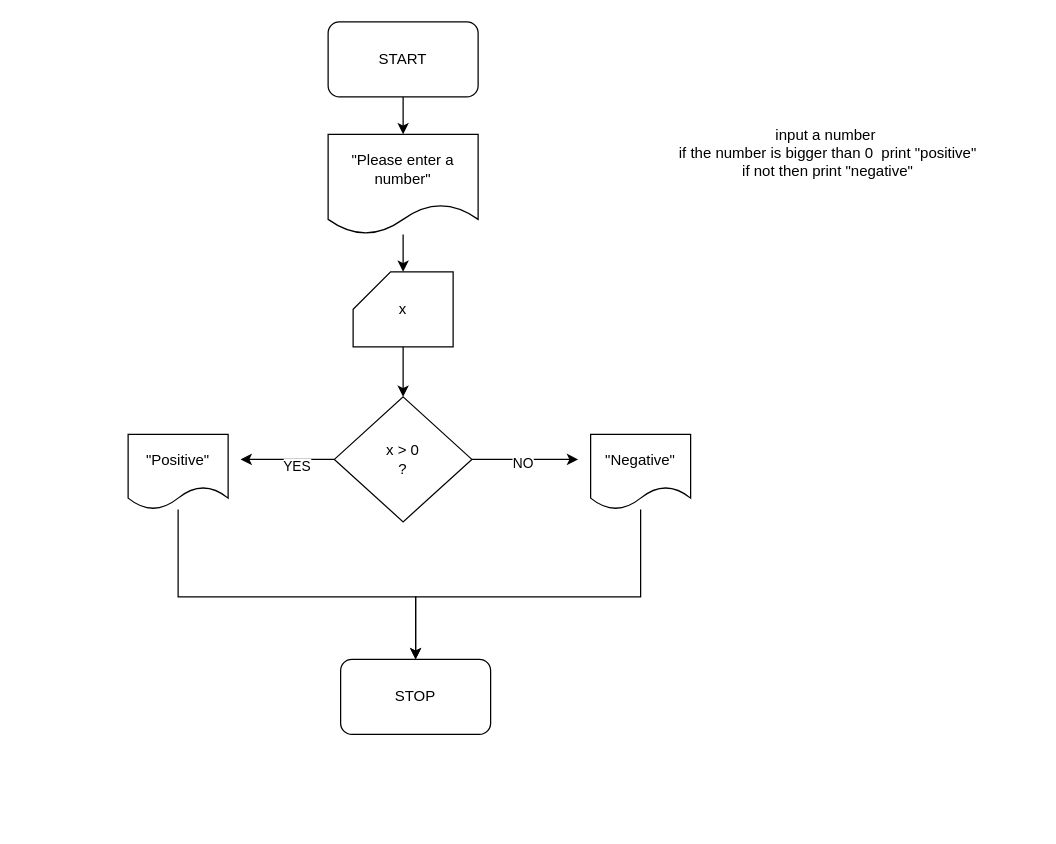
This is diag3.drawio from fullstack270923/19.11.2023, a draw.io file, before an edit. Source tidied: cells renumbered, new cells numbered last; positions are measured from the earlier drawing's top-left corner, leaving out a move shared by most shapes. Both pictures are drawn from the tidied source at 125%, with x=0, y=0 at pixel (128, 21).
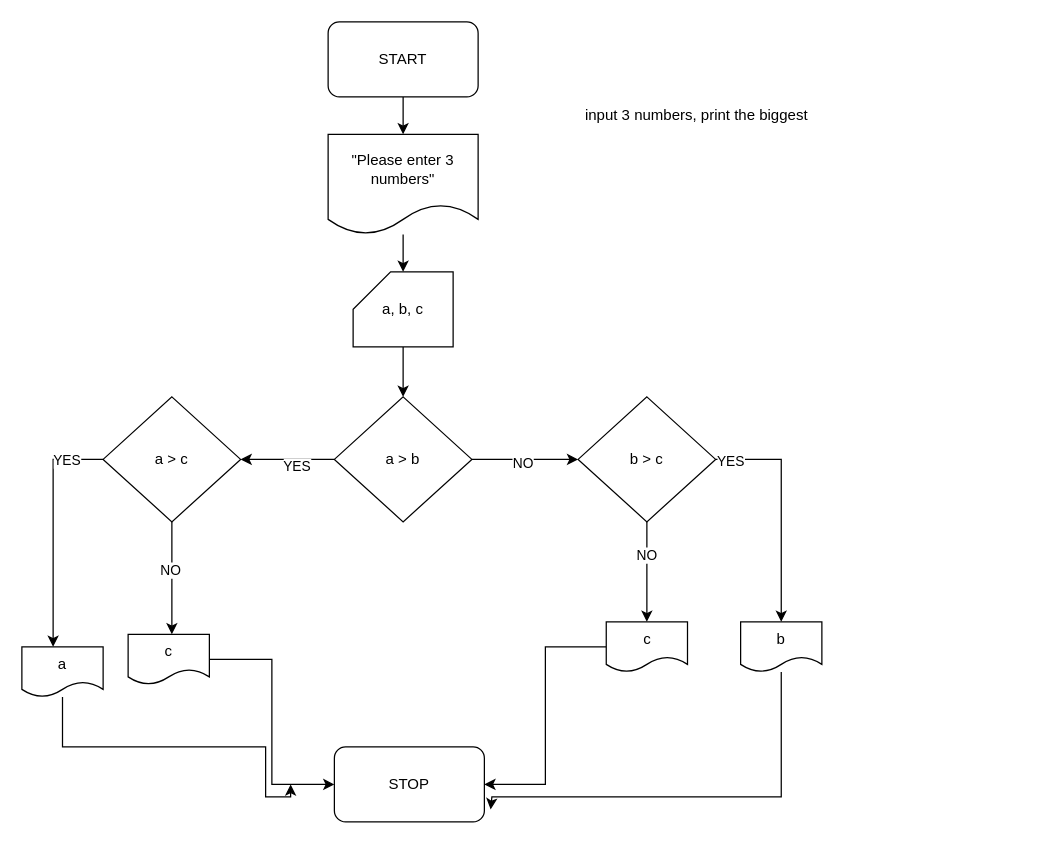
The same page after the edit.

The edit, as a diff of the source:
```diff
@@
-    <mxCell id="2" value="input a number&amp;nbsp;&lt;br&gt;if the number is bigger than 0&amp;nbsp; print &quot;positive&quot;&lt;br&gt;if not then print &quot;negative&quot;" style="text;html=1;strokeColor=none;fillColor=none;align=center;verticalAlign=middle;whiteSpace=wrap;rounded=0;" parent="1" vertex="1">
-      <mxGeometry x="395" y="40" width="330" height="130" as="geometry" />
+    <mxCell id="2" value="input 3 numbers, print the biggest" style="text;html=1;strokeColor=none;fillColor=none;align=center;verticalAlign=middle;whiteSpace=wrap;rounded=0;" parent="1" vertex="1">
+      <mxGeometry x="290" y="10" width="330" height="130" as="geometry" />
     </mxCell>
@@
     <mxCell id="5" value="STOP" style="rounded=1;whiteSpace=wrap;html=1;" parent="1" vertex="1">
-      <mxGeometry x="170" y="510" width="120" height="60" as="geometry" />
+      <mxGeometry x="165" y="580" width="120" height="60" as="geometry" />
     </mxCell>
@@
-    <mxCell id="7" value="&quot;Please enter a number&quot;" style="shape=document;whiteSpace=wrap;html=1;boundedLbl=1;" parent="1" vertex="1">
+    <mxCell id="7" value="&quot;Please enter 3 numbers&quot;" style="shape=document;whiteSpace=wrap;html=1;boundedLbl=1;" parent="1" vertex="1">
       <mxGeometry x="160" y="90" width="120" height="80" as="geometry" />
     </mxCell>
@@
-    <mxCell id="9" value="x" style="shape=card;whiteSpace=wrap;html=1;" parent="1" vertex="1">
+    <mxCell id="9" value="a, b, c" style="shape=card;whiteSpace=wrap;html=1;" parent="1" vertex="1">
       <mxGeometry x="180" y="200" width="80" height="60" as="geometry" />
     </mxCell>
@@
-    <mxCell id="14" value="x &amp;gt; 0&lt;br&gt;?" style="rhombus;whiteSpace=wrap;html=1;" parent="1" vertex="1">
+    <mxCell id="14" value="a &amp;gt; b" style="rhombus;whiteSpace=wrap;html=1;" parent="1" vertex="1">
       <mxGeometry x="165" y="300" width="110" height="100" as="geometry" />
     </mxCell>
-    <mxCell id="15" style="edgeStyle=orthogonalEdgeStyle;rounded=0;jettySize=auto;html=1;" parent="1" edge="1" source="16" target="5">
+    <mxCell id="15" style="edgeStyle=orthogonalEdgeStyle;rounded=0;jettySize=auto;html=1;exitX=0;exitY=0.5;exitDx=0;exitDy=0;" parent="1" edge="1" source="22">
       <mxGeometry relative="1" as="geometry">
+        <mxPoint x="-60" y="500" as="targetPoint" />
         <Array as="points">
-          <mxPoint x="40" y="460" />
-          <mxPoint x="230" y="460" />
+          <mxPoint x="-60" y="350" />
         </Array>
       </mxGeometry>
     </mxCell>
-    <mxCell id="16" value="&quot;Positive&quot;" style="shape=document;whiteSpace=wrap;html=1;boundedLbl=1;" parent="1" vertex="1">
-      <mxGeometry y="330" width="80" height="60" as="geometry" />
-    </mxCell>
-    <mxCell id="17" style="edgeStyle=orthogonalEdgeStyle;rounded=0;jettySize=auto;html=1;entryX=0.5;entryY=0;entryDx=0;entryDy=0;" parent="1" edge="1" source="18" target="5">
-      <mxGeometry relative="1" as="geometry">
-        <Array as="points">
-          <mxPoint x="410" y="460" />
-          <mxPoint x="230" y="460" />
-        </Array>
-      </mxGeometry>
-    </mxCell>
-    <mxCell id="18" value="&quot;Negative&quot;" style="shape=document;whiteSpace=wrap;html=1;boundedLbl=1;" parent="1" vertex="1">
-      <mxGeometry x="370" y="330" width="80" height="60" as="geometry" />
-    </mxCell>
+    <mxCell id="19" value="YES" style="edgeLabel;html=1;align=center;verticalAlign=middle;" parent="15" vertex="1">
+      <mxGeometry x="-0.68" relative="1" as="geometry" />
+    </mxCell>
+    <mxCell id="20" style="edgeStyle=orthogonalEdgeStyle;rounded=0;jettySize=auto;html=1;" parent="1" edge="1" source="22">
+      <mxGeometry relative="1" as="geometry">
+        <mxPoint x="35" y="490" as="targetPoint" />
+      </mxGeometry>
+    </mxCell>
+    <mxCell id="21" value="NO" style="edgeLabel;html=1;align=center;verticalAlign=middle;" parent="20" vertex="1">
+      <mxGeometry x="-0.16" y="-2" relative="1" as="geometry" />
+    </mxCell>
+    <mxCell id="22" value="a &amp;gt; c" style="rhombus;whiteSpace=wrap;html=1;" parent="1" vertex="1">
+      <mxGeometry x="-20" y="300" width="110" height="100" as="geometry" />
+    </mxCell>
+    <mxCell id="23" style="edgeStyle=orthogonalEdgeStyle;rounded=0;jettySize=auto;html=1;" parent="1" edge="1" source="24">
+      <mxGeometry relative="1" as="geometry">
+        <mxPoint x="130" y="610" as="targetPoint" />
+        <Array as="points">
+          <mxPoint x="-52" y="580" />
+          <mxPoint x="110" y="580" />
+          <mxPoint x="110" y="620" />
+        </Array>
+      </mxGeometry>
+    </mxCell>
+    <mxCell id="24" value="a" style="shape=document;whiteSpace=wrap;html=1;boundedLbl=1;" parent="1" vertex="1">
+      <mxGeometry x="-85" y="500" width="65" height="40" as="geometry" />
+    </mxCell>
+    <mxCell id="25" style="edgeStyle=orthogonalEdgeStyle;rounded=0;jettySize=auto;html=1;entryX=0;entryY=0.5;entryDx=0;entryDy=0;" parent="1" edge="1" source="26" target="5">
+      <mxGeometry relative="1" as="geometry" />
+    </mxCell>
+    <mxCell id="26" value="c" style="shape=document;whiteSpace=wrap;html=1;boundedLbl=1;" parent="1" vertex="1">
+      <mxGeometry y="490" width="65" height="40" as="geometry" />
+    </mxCell>
+    <mxCell id="27" style="edgeStyle=orthogonalEdgeStyle;rounded=0;jettySize=auto;html=1;entryX=0.5;entryY=0;entryDx=0;entryDy=0;" parent="1" edge="1" source="31" target="33">
+      <mxGeometry relative="1" as="geometry" />
+    </mxCell>
+    <mxCell id="28" value="YES" style="edgeLabel;html=1;align=center;verticalAlign=middle;" parent="27" vertex="1">
+      <mxGeometry x="-0.88" y="-1" relative="1" as="geometry" />
+    </mxCell>
+    <mxCell id="29" style="edgeStyle=orthogonalEdgeStyle;rounded=0;jettySize=auto;html=1;entryX=0.5;entryY=0;entryDx=0;entryDy=0;" parent="1" edge="1" source="31" target="35">
+      <mxGeometry relative="1" as="geometry" />
+    </mxCell>
+    <mxCell id="30" value="NO" style="edgeLabel;html=1;align=center;verticalAlign=middle;" parent="29" vertex="1">
+      <mxGeometry x="-0.36" y="-1" relative="1" as="geometry" />
+    </mxCell>
+    <mxCell id="31" value="b &amp;gt; c" style="rhombus;whiteSpace=wrap;html=1;" parent="1" vertex="1">
+      <mxGeometry x="360" y="300" width="110" height="100" as="geometry" />
+    </mxCell>
+    <mxCell id="32" style="edgeStyle=orthogonalEdgeStyle;rounded=0;jettySize=auto;html=1;" parent="1" edge="1" source="33">
+      <mxGeometry relative="1" as="geometry">
+        <mxPoint x="290" y="630" as="targetPoint" />
+        <Array as="points">
+          <mxPoint x="523" y="620" />
+          <mxPoint x="291" y="620" />
+          <mxPoint x="291" y="630" />
+        </Array>
+      </mxGeometry>
+    </mxCell>
+    <mxCell id="33" value="b" style="shape=document;whiteSpace=wrap;html=1;boundedLbl=1;" parent="1" vertex="1">
+      <mxGeometry x="490" y="480" width="65" height="40" as="geometry" />
+    </mxCell>
+    <mxCell id="34" style="edgeStyle=orthogonalEdgeStyle;rounded=0;jettySize=auto;html=1;entryX=1;entryY=0.5;entryDx=0;entryDy=0;" parent="1" edge="1" source="35" target="5">
+      <mxGeometry relative="1" as="geometry" />
+    </mxCell>
+    <mxCell id="35" value="c" style="shape=document;whiteSpace=wrap;html=1;boundedLbl=1;" parent="1" vertex="1">
+      <mxGeometry x="382.5" y="480" width="65" height="40" as="geometry" />
+    </mxCell>
```
